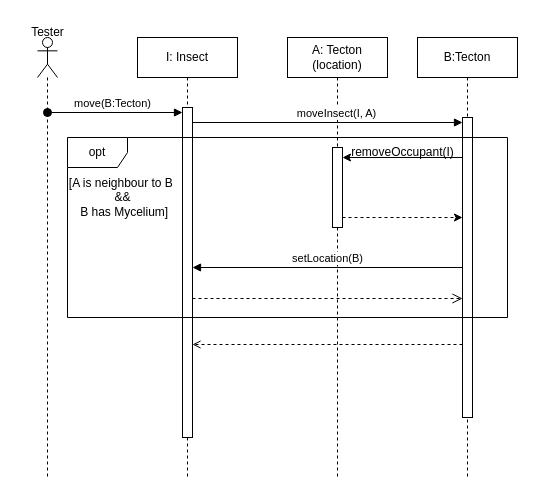
Before: page "InsectMoveSeq" (2 of 9) of BJ komm. és szekv. diagrammok.drawio in koharzsombor/bandITs, a draw.io diagram. Source tidied: cells renumbered, new cells numbered last; positions are measured from the earlier drawing's top-left corner, leaving out a move shared by most shapes. Both pictures are drawn from the tidied source at 100%, with x=0, y=0 at pixel (17, 17).
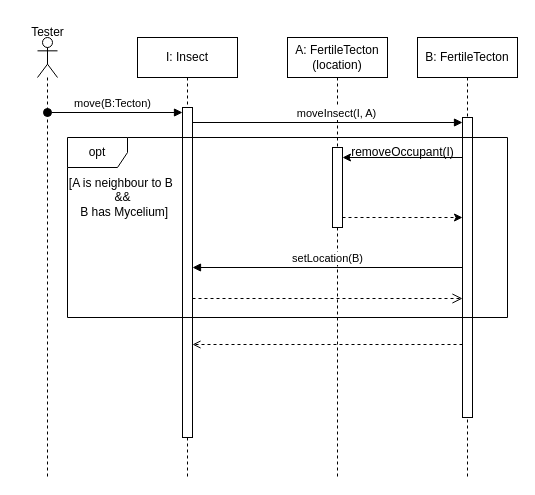
Above is the later version.

The edit, as a diff of the source:
```diff
@@
-    <mxCell id="5" value="A: Tecton&lt;div&gt;(location)&lt;/div&gt;" style="shape=umlLifeline;perimeter=lifelinePerimeter;whiteSpace=wrap;html=1;newEdgeStyle={&quot;curved&quot;:0,&quot;rounded&quot;:0};" parent="1" vertex="1">
+    <mxCell id="5" value="A: FertileTecton&lt;div&gt;(location)&lt;/div&gt;" style="shape=umlLifeline;perimeter=lifelinePerimeter;whiteSpace=wrap;html=1;newEdgeStyle={&quot;curved&quot;:0,&quot;rounded&quot;:0};" parent="1" vertex="1">
       <mxGeometry x="270" y="20" width="100" height="440" as="geometry" />
     </mxCell>
@@
-    <mxCell id="7" value="B:Tecton" style="shape=umlLifeline;perimeter=lifelinePerimeter;whiteSpace=wrap;html=1;newEdgeStyle={&quot;curved&quot;:0,&quot;rounded&quot;:0};" parent="1" vertex="1">
+    <mxCell id="7" value="B: FertileT&lt;span style=&quot;background-color: transparent; color: light-dark(rgb(0, 0, 0), rgb(255, 255, 255));&quot;&gt;ecton&lt;/span&gt;" style="shape=umlLifeline;perimeter=lifelinePerimeter;whiteSpace=wrap;html=1;newEdgeStyle={&quot;curved&quot;:0,&quot;rounded&quot;:0};" parent="1" vertex="1">
       <mxGeometry x="400" y="20" width="100" height="440" as="geometry" />
     </mxCell>
```
